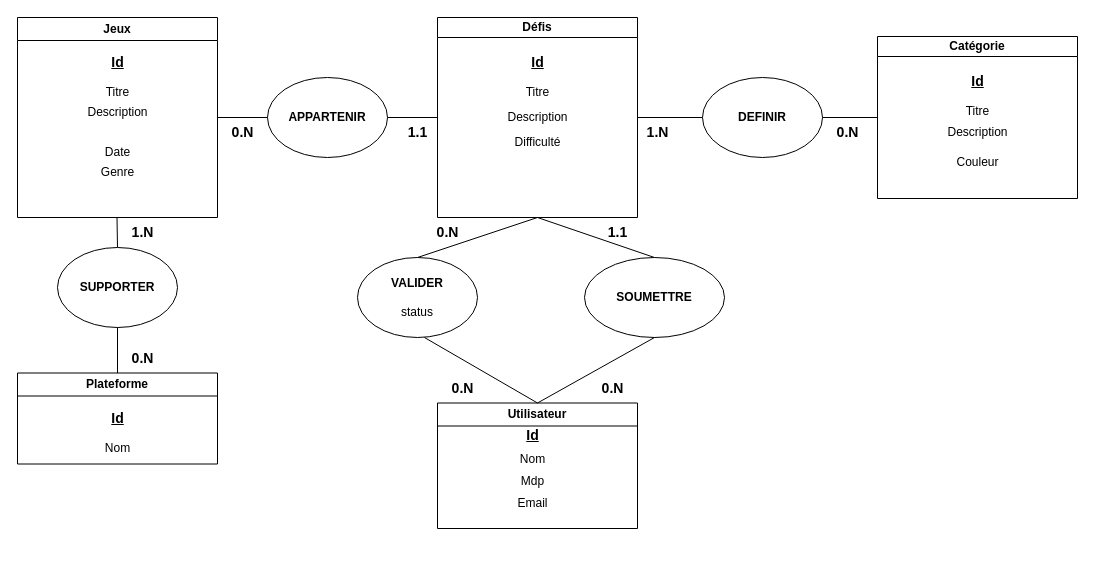
The draw.io diagram page "Page-1" (1 of 2) of doc/MCD.drawio in RomainCenturioni/Gamer-Challenge-Back, before the edit. Source tidied: cells renumbered, new cells numbered last; positions are measured from the earlier drawing's top-left corner, leaving out a move shared by most shapes. Both pictures are drawn from the tidied source at 100%, with x=0, y=0 at pixel (17, 17).
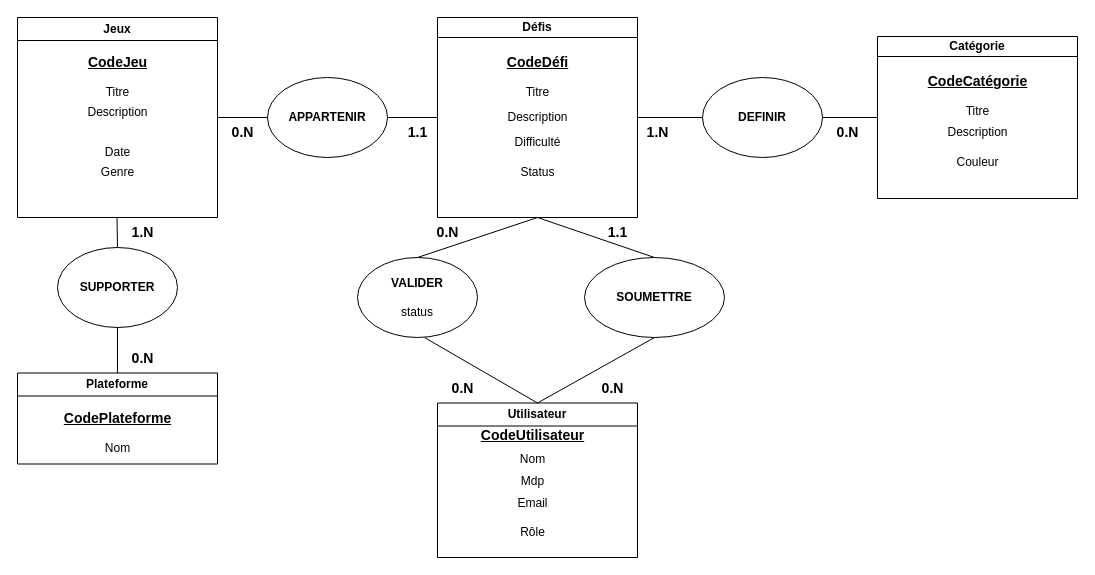
Above is the later version.

Unchanged cells that the change refers to:
```xml
<mxCell id="6" value="Jeux" style="swimlane;whiteSpace=wrap;html=1;startSize=23;" parent="1" vertex="1">
  <mxGeometry width="200" height="200" as="geometry" />
</mxCell>
<mxCell id="10" value="Défis" style="swimlane;whiteSpace=wrap;html=1;startSize=20;" parent="1" vertex="1">
  <mxGeometry x="420" width="200" height="200" as="geometry" />
</mxCell>
<mxCell id="33" value="Catégorie" style="swimlane;whiteSpace=wrap;html=1;startSize=20;" parent="1" vertex="1">
  <mxGeometry x="860" y="19" width="200" height="162" as="geometry" />
</mxCell>
<mxCell id="43" value="Plateforme" style="swimlane;whiteSpace=wrap;html=1;startSize=23;" parent="1" vertex="1">
  <mxGeometry y="355.5" width="200" height="91" as="geometry" />
</mxCell>
```

Diff of the diagram source:
```diff
@@
     <mxCell id="2" value="Utilisateur" style="swimlane;whiteSpace=wrap;html=1;startSize=23;" parent="1" vertex="1">
-      <mxGeometry x="420" y="385.5" width="200" height="125.5" as="geometry" />
+      <mxGeometry x="420" y="385.5" width="200" height="154.5" as="geometry" />
     </mxCell>
@@
-    <mxCell id="5" value="&lt;font style=&quot;font-size: 14px;&quot;&gt;&lt;b&gt;&lt;u&gt;Id&lt;/u&gt;&lt;/b&gt;&lt;/font&gt;" style="text;html=1;align=center;verticalAlign=middle;strokeColor=none;fillColor=none;" parent="2" vertex="1">
-      <mxGeometry x="75" y="17.5" width="40" height="30" as="geometry" />
+    <mxCell id="5" value="&lt;font style=&quot;font-size: 14px;&quot;&gt;&lt;b&gt;&lt;u&gt;CodeUtilisateur&lt;/u&gt;&lt;/b&gt;&lt;/font&gt;" style="text;html=1;align=center;verticalAlign=middle;strokeColor=none;fillColor=none;" parent="2" vertex="1">
+      <mxGeometry x="30" y="17.5" width="130" height="30" as="geometry" />
     </mxCell>
+    <mxCell id="51" value="Rôle" style="text;html=1;align=center;verticalAlign=middle;strokeColor=none;fillColor=none;" parent="2" vertex="1">
+      <mxGeometry x="70" y="114.5" width="50" height="30" as="geometry" />
+    </mxCell>
@@
-    <mxCell id="7" value="&lt;font style=&quot;font-size: 14px;&quot;&gt;&lt;b&gt;&lt;u&gt;Id&lt;/u&gt;&lt;/b&gt;&lt;/font&gt;" style="text;html=1;align=center;verticalAlign=middle;strokeColor=none;fillColor=none;" parent="6" vertex="1">
-      <mxGeometry x="80" y="30" width="40" height="30" as="geometry" />
+    <mxCell id="7" value="&lt;font style=&quot;font-size: 14px;&quot;&gt;&lt;b&gt;&lt;u&gt;CodeJeu&lt;/u&gt;&lt;/b&gt;&lt;/font&gt;" style="text;html=1;align=center;verticalAlign=middle;strokeColor=none;fillColor=none;" parent="6" vertex="1">
+      <mxGeometry x="60" y="30" width="80" height="30" as="geometry" />
     </mxCell>
@@
-    <mxCell id="11" value="&lt;font style=&quot;font-size: 14px;&quot;&gt;&lt;b&gt;&lt;u&gt;Id&lt;/u&gt;&lt;/b&gt;&lt;/font&gt;" style="text;html=1;align=center;verticalAlign=middle;strokeColor=none;fillColor=none;" parent="10" vertex="1">
-      <mxGeometry x="80" y="30" width="40" height="30" as="geometry" />
+    <mxCell id="11" value="&lt;font style=&quot;font-size: 14px;&quot;&gt;&lt;b&gt;&lt;u&gt;CodeDéfi&lt;/u&gt;&lt;/b&gt;&lt;/font&gt;" style="text;html=1;align=center;verticalAlign=middle;strokeColor=none;fillColor=none;" parent="10" vertex="1">
+      <mxGeometry x="60" y="30" width="80" height="30" as="geometry" />
     </mxCell>
@@
+    <mxCell id="52" value="Status" style="text;html=1;align=center;verticalAlign=middle;strokeColor=none;fillColor=none;" parent="10" vertex="1">
+      <mxGeometry x="70" y="140" width="60" height="30" as="geometry" />
+    </mxCell>
@@
-    <mxCell id="34" value="&lt;font style=&quot;font-size: 14px;&quot;&gt;&lt;b&gt;&lt;u&gt;Id&lt;/u&gt;&lt;/b&gt;&lt;/font&gt;" style="text;html=1;align=center;verticalAlign=middle;strokeColor=none;fillColor=none;" parent="33" vertex="1">
-      <mxGeometry x="80" y="30" width="40" height="30" as="geometry" />
+    <mxCell id="34" value="&lt;font style=&quot;font-size: 14px;&quot;&gt;&lt;b&gt;&lt;u&gt;CodeCatégorie&lt;/u&gt;&lt;/b&gt;&lt;/font&gt;" style="text;html=1;align=center;verticalAlign=middle;strokeColor=none;fillColor=none;" parent="33" vertex="1">
+      <mxGeometry x="40" y="30" width="120" height="30" as="geometry" />
     </mxCell>
@@
-    <mxCell id="44" value="&lt;font style=&quot;font-size: 14px;&quot;&gt;&lt;b&gt;&lt;u&gt;Id&lt;/u&gt;&lt;/b&gt;&lt;/font&gt;" style="text;html=1;align=center;verticalAlign=middle;strokeColor=none;fillColor=none;" parent="43" vertex="1">
-      <mxGeometry x="80" y="30" width="40" height="30" as="geometry" />
+    <mxCell id="44" value="&lt;span style=&quot;font-size: 14px;&quot;&gt;&lt;b&gt;&lt;u&gt;CodePlateforme&lt;/u&gt;&lt;/b&gt;&lt;/span&gt;" style="text;html=1;align=center;verticalAlign=middle;strokeColor=none;fillColor=none;" parent="43" vertex="1">
+      <mxGeometry x="35" y="30" width="130" height="30" as="geometry" />
     </mxCell>
```
